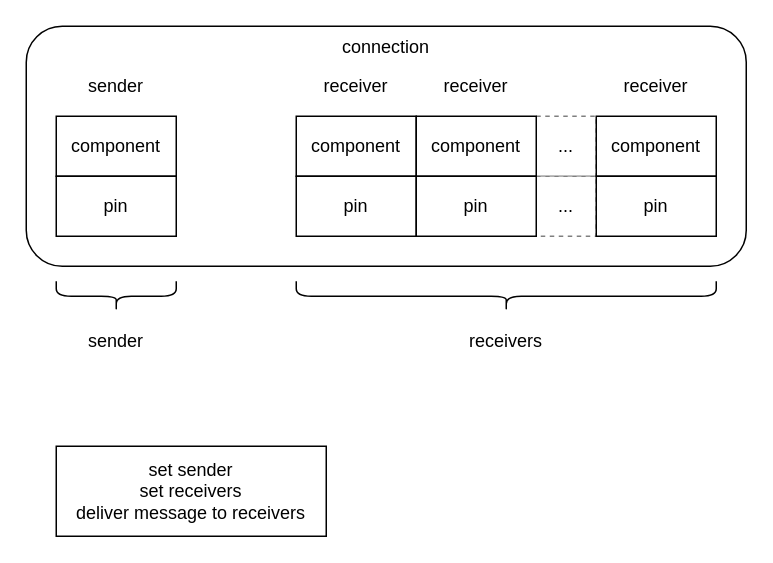
The draw.io diagram page "Connector" (6 of 10) of shu-das2cl/design.drawio in guitarvydas/app, before the edit. Source tidied: cells renumbered, new cells numbered last; positions are measured from the earlier drawing's top-left corner, leaving out a move shared by most shapes. Both pictures are drawn from the tidied source at 150%, with x=0, y=0 at pixel (26, 26).
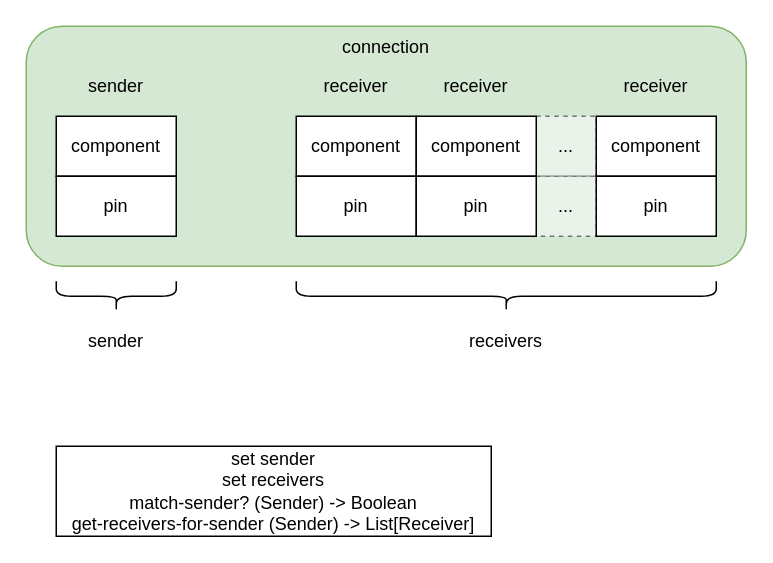
The same diagram, later.

The edit, as a diff of the source:
```diff
@@
-    <mxCell id="2" value="connection" style="rounded=1;whiteSpace=wrap;html=1;verticalAlign=top;" parent="1" vertex="1">
+    <mxCell id="2" value="connection" style="rounded=1;whiteSpace=wrap;html=1;verticalAlign=top;fillColor=#d5e8d4;strokeColor=#82b366;" parent="1" vertex="1">
       <mxGeometry width="480" height="160" as="geometry" />
     </mxCell>
@@
-    <mxCell id="21" value="set sender&lt;br&gt;set receivers&lt;br&gt;deliver message to receivers" style="rounded=0;whiteSpace=wrap;html=1;" parent="1" vertex="1">
-      <mxGeometry x="20" y="280" width="180" height="60" as="geometry" />
+    <mxCell id="21" value="set sender&lt;br&gt;set receivers&lt;br&gt;match-sender? (Sender) -&amp;gt; Boolean&lt;br&gt;get-receivers-for-sender (Sender) -&amp;gt; List[Receiver]" style="rounded=0;whiteSpace=wrap;html=1;" parent="1" vertex="1">
+      <mxGeometry x="20" y="280" width="290" height="60" as="geometry" />
     </mxCell>
```
